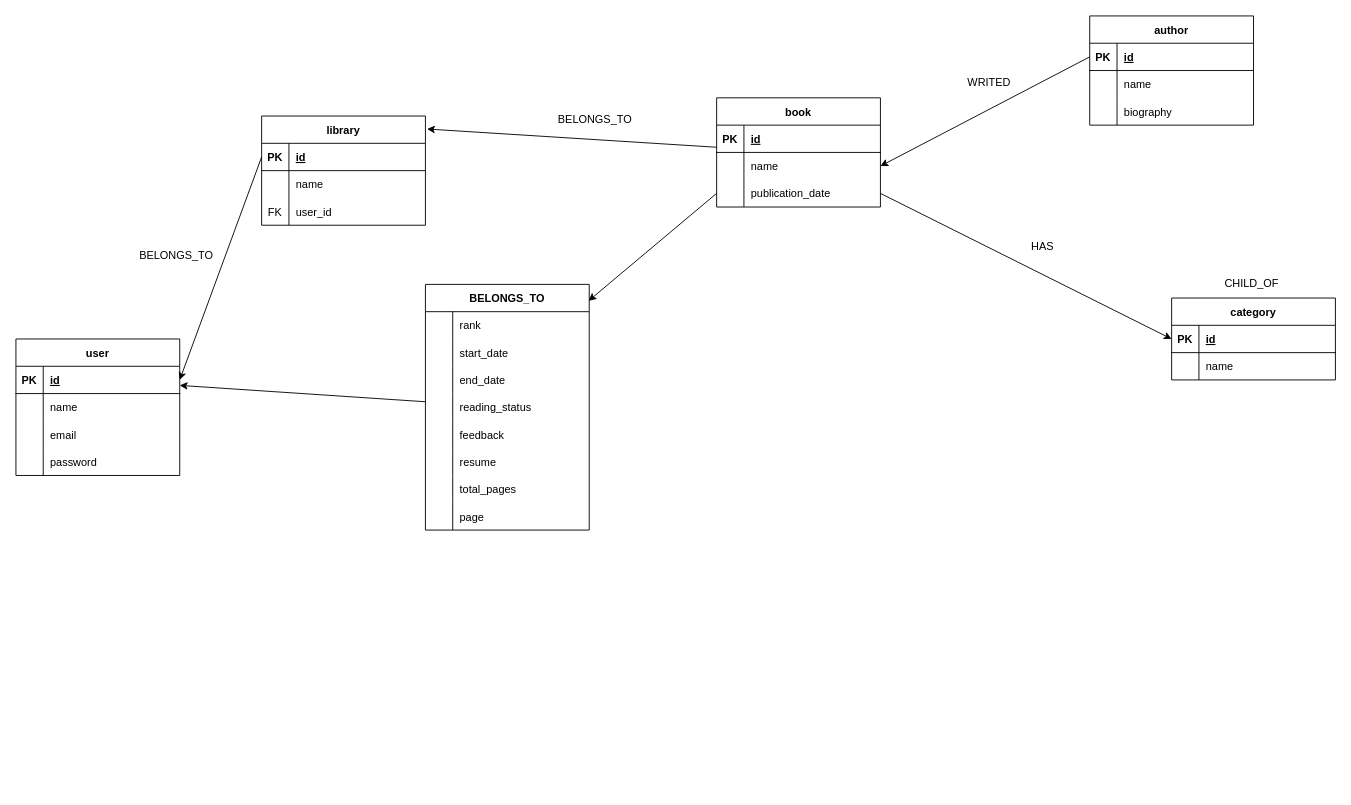
Before: docs/flows/entities.drawio in MarcoLopes389/learning-graphql, a draw.io diagram. Source tidied: cells renumbered, new cells numbered last; positions are measured from the earlier drawing's top-left corner, leaving out a move shared by most shapes. Both pictures are drawn from the tidied source at 91%, with x=0, y=0 at pixel (15, 15).
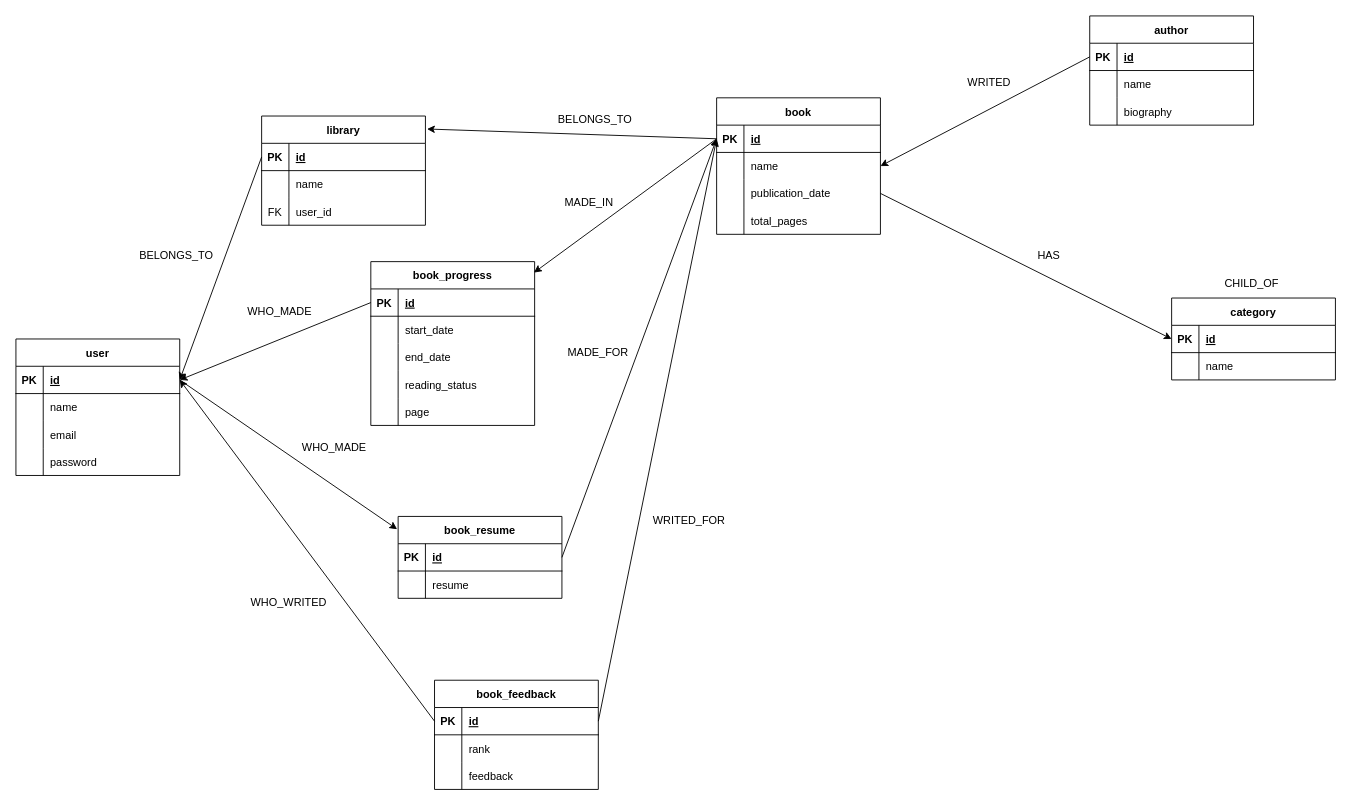
The same page after the edit.

The change refers to these unchanged cells:
```xml
<mxCell id="4" style="shape=tableRow;horizontal=0;startSize=0;swimlaneHead=0;swimlaneBody=0;fillColor=none;points=[[0,0.5],[1,0.5]];portConstraint=eastwest;top=0;left=0;right=0;bottom=1;" parent="3" vertex="1">
  <mxGeometry y="30" width="180" height="30" as="geometry" />
</mxCell>
<mxCell id="10" style="shape=tableRow;horizontal=0;startSize=0;swimlaneHead=0;swimlaneBody=0;fillColor=none;points=[[0,0.5],[1,0.5]];portConstraint=eastwest;top=0;left=0;right=0;bottom=0;" parent="3" vertex="1">
  <mxGeometry y="90" width="180" height="30" as="geometry" />
</mxCell>
<mxCell id="32" style="shape=tableRow;horizontal=0;startSize=0;swimlaneHead=0;swimlaneBody=0;fillColor=none;points=[[0,0.5],[1,0.5]];portConstraint=eastwest;top=0;left=0;right=0;bottom=1;" parent="31" vertex="1">
  <mxGeometry y="30" width="180" height="30" as="geometry" />
</mxCell>
<mxCell id="44" value="library" style="shape=table;startSize=30;childLayout=tableLayout;rowLines=0;fontStyle=1;align=center;" parent="1" vertex="1">
  <mxGeometry x="270" y="110" width="180" height="120" as="geometry" />
</mxCell>
<mxCell id="64" style="shape=tableRow;horizontal=0;startSize=0;swimlaneHead=0;swimlaneBody=0;fillColor=none;points=[[0,0.5],[1,0.5]];portConstraint=eastwest;top=0;left=0;right=0;bottom=0;" parent="54" vertex="1">
  <mxGeometry y="120" width="180" height="30" as="geometry" />
</mxCell>
```

Change to the diagram source:
```diff
@@
-    <mxCell id="2" style="edgeStyle=none;html=1;entryX=1.01;entryY=0.119;entryDx=0;entryDy=0;entryPerimeter=0;" parent="1" edge="1" source="3" target="44">
+    <mxCell id="2" style="edgeStyle=none;html=1;entryX=1.01;entryY=0.119;entryDx=0;entryDy=0;entryPerimeter=0;exitX=0;exitY=0.5;exitDx=0;exitDy=0;" parent="1" edge="1" source="4" target="44">
       <mxGeometry relative="1" as="geometry" />
     </mxCell>
     <mxCell id="3" value="book" style="shape=table;startSize=30;childLayout=tableLayout;rowLines=0;fontStyle=1;align=center;" parent="1" vertex="1">
-      <mxGeometry x="770" y="90" width="180" height="120" as="geometry" />
+      <mxGeometry x="770" y="90" width="180" height="150" as="geometry" />
     </mxCell>
@@
+    <mxCell id="88" style="shape=tableRow;horizontal=0;startSize=0;swimlaneHead=0;swimlaneBody=0;fillColor=none;top=0;left=0;right=0;bottom=0;" parent="3" vertex="1">
+      <mxGeometry y="120" width="180" height="30" as="geometry" />
+    </mxCell>
+    <mxCell id="89" style="shape=partialRectangle;fillColor=none;top=0;left=0;bottom=0;right=0;overflow=hidden;" parent="88" vertex="1">
+      <mxGeometry width="30" height="30" as="geometry" />
+    </mxCell>
+    <mxCell id="75" value="total_pages" style="shape=partialRectangle;fillColor=none;top=0;left=0;bottom=0;right=0;align=left;spacingLeft=6;overflow=hidden;" parent="88" vertex="1">
+      <mxGeometry x="30" width="150" height="30" as="geometry" />
+    </mxCell>
@@
-    <mxCell id="54" value="BELONGS_TO" style="shape=table;startSize=30;childLayout=tableLayout;rowLines=0;fontStyle=1;align=center;" parent="1" vertex="1">
-      <mxGeometry x="450" y="295" width="180" height="270" as="geometry" />
+    <mxCell id="54" value="book_progress" style="shape=table;startSize=30;childLayout=tableLayout;rowLines=0;fontStyle=1;align=center;" parent="1" vertex="1">
+      <mxGeometry x="390" y="270" width="180" height="180" as="geometry" />
     </mxCell>
-    <mxCell id="55" style="shape=tableRow;horizontal=0;startSize=0;swimlaneHead=0;swimlaneBody=0;fillColor=none;top=0;left=0;right=0;bottom=0;" parent="54" vertex="1">
-      <mxGeometry y="30" width="180" height="30" as="geometry" />
-    </mxCell>
-    <mxCell id="56" style="shape=partialRectangle;fillColor=none;top=0;left=0;bottom=0;right=0;overflow=hidden;" parent="55" vertex="1">
-      <mxGeometry width="30" height="30" as="geometry" />
-    </mxCell>
-    <mxCell id="57" value="rank" style="shape=partialRectangle;fillColor=none;top=0;left=0;bottom=0;right=0;align=left;spacingLeft=6;overflow=hidden;" parent="55" vertex="1">
-      <mxGeometry x="30" width="150" height="30" as="geometry" />
-    </mxCell>
+    <mxCell id="90" style="shape=tableRow;horizontal=0;startSize=0;swimlaneHead=0;swimlaneBody=0;fillColor=none;points=[[0,0.5],[1,0.5]];portConstraint=eastwest;top=0;left=0;right=0;bottom=1;" parent="54" vertex="1">
+      <mxGeometry y="30" width="180" height="30" as="geometry" />
+    </mxCell>
+    <mxCell id="91" value="PK" style="shape=partialRectangle;fillColor=none;top=0;left=0;bottom=0;right=0;fontStyle=1;overflow=hidden;" parent="90" vertex="1">
+      <mxGeometry width="30" height="30" as="geometry" />
+    </mxCell>
+    <mxCell id="92" value="id" style="shape=partialRectangle;fillColor=none;top=0;left=0;bottom=0;right=0;align=left;spacingLeft=6;fontStyle=5;overflow=hidden;" parent="90" vertex="1">
+      <mxGeometry x="30" width="150" height="30" as="geometry" />
+    </mxCell>
@@
-    <mxCell id="67" style="shape=tableRow;horizontal=0;startSize=0;swimlaneHead=0;swimlaneBody=0;fillColor=none;top=0;left=0;right=0;bottom=0;" parent="54" vertex="1">
-      <mxGeometry y="150" width="180" height="30" as="geometry" />
-    </mxCell>
-    <mxCell id="68" style="shape=partialRectangle;fillColor=none;top=0;left=0;bottom=0;right=0;overflow=hidden;" parent="67" vertex="1">
-      <mxGeometry width="30" height="30" as="geometry" />
-    </mxCell>
-    <mxCell id="69" value="feedback" style="shape=partialRectangle;fillColor=none;top=0;left=0;bottom=0;right=0;align=left;spacingLeft=6;overflow=hidden;" parent="67" vertex="1">
-      <mxGeometry x="30" width="150" height="30" as="geometry" />
-    </mxCell>
-    <mxCell id="70" style="shape=tableRow;horizontal=0;startSize=0;swimlaneHead=0;swimlaneBody=0;fillColor=none;top=0;left=0;right=0;bottom=0;" parent="54" vertex="1">
-      <mxGeometry y="180" width="180" height="30" as="geometry" />
-    </mxCell>
-    <mxCell id="71" style="shape=partialRectangle;fillColor=none;top=0;left=0;bottom=0;right=0;overflow=hidden;" parent="70" vertex="1">
-      <mxGeometry width="30" height="30" as="geometry" />
-    </mxCell>
-    <mxCell id="72" value="resume" style="shape=partialRectangle;fillColor=none;top=0;left=0;bottom=0;right=0;align=left;spacingLeft=6;overflow=hidden;" parent="70" vertex="1">
-      <mxGeometry x="30" width="150" height="30" as="geometry" />
-    </mxCell>
-    <mxCell id="73" style="shape=tableRow;horizontal=0;startSize=0;swimlaneHead=0;swimlaneBody=0;fillColor=none;top=0;left=0;right=0;bottom=0;" parent="54" vertex="1">
-      <mxGeometry y="210" width="180" height="30" as="geometry" />
-    </mxCell>
-    <mxCell id="74" style="shape=partialRectangle;fillColor=none;top=0;left=0;bottom=0;right=0;overflow=hidden;" parent="73" vertex="1">
-      <mxGeometry width="30" height="30" as="geometry" />
-    </mxCell>
-    <mxCell id="75" value="total_pages" style="shape=partialRectangle;fillColor=none;top=0;left=0;bottom=0;right=0;align=left;spacingLeft=6;overflow=hidden;" parent="73" vertex="1">
-      <mxGeometry x="30" width="150" height="30" as="geometry" />
-    </mxCell>
     <mxCell id="76" style="shape=tableRow;horizontal=0;startSize=0;swimlaneHead=0;swimlaneBody=0;fillColor=none;top=0;left=0;right=0;bottom=0;" parent="54" vertex="1">
-      <mxGeometry y="240" width="180" height="30" as="geometry" />
+      <mxGeometry y="150" width="180" height="30" as="geometry" />
     </mxCell>
@@
-    <mxCell id="80" style="edgeStyle=none;html=1;" parent="1" edge="1" source="64" target="32">
+    <mxCell id="80" style="edgeStyle=none;html=1;exitX=0;exitY=0.5;exitDx=0;exitDy=0;entryX=1;entryY=0.5;entryDx=0;entryDy=0;" parent="1" edge="1" source="90" target="32">
       <mxGeometry relative="1" as="geometry" />
     </mxCell>
-    <mxCell id="81" style="edgeStyle=none;html=1;exitX=0;exitY=0.5;exitDx=0;exitDy=0;entryX=0.996;entryY=0.067;entryDx=0;entryDy=0;entryPerimeter=0;" parent="1" edge="1" source="10" target="54">
+    <mxCell id="81" style="edgeStyle=none;html=1;exitX=0;exitY=0.5;exitDx=0;exitDy=0;entryX=0.996;entryY=0.067;entryDx=0;entryDy=0;entryPerimeter=0;" parent="1" edge="1" source="4" target="54">
       <mxGeometry relative="1" as="geometry" />
     </mxCell>
@@
     <mxCell id="86" value="HAS" style="text;strokeColor=none;fillColor=none;spacingLeft=4;spacingRight=4;overflow=hidden;fontSize=12;" parent="1" vertex="1">
-      <mxGeometry x="1110" y="240" width="40" height="30" as="geometry" />
+      <mxGeometry x="1117" y="250" width="40" height="30" as="geometry" />
     </mxCell>
@@
+    <mxCell id="93" style="edgeStyle=none;html=1;entryX=0;entryY=0.5;entryDx=0;entryDy=0;exitX=1;exitY=0.5;exitDx=0;exitDy=0;" parent="1" edge="1" source="95" target="4">
+      <mxGeometry relative="1" as="geometry" />
+    </mxCell>
+    <mxCell id="94" value="book_resume" style="shape=table;startSize=30;childLayout=tableLayout;rowLines=0;fontStyle=1;align=center;" parent="1" vertex="1">
+      <mxGeometry x="420" y="550" width="180" height="90" as="geometry" />
+    </mxCell>
+    <mxCell id="95" style="shape=tableRow;horizontal=0;startSize=0;swimlaneHead=0;swimlaneBody=0;fillColor=none;points=[[0,0.5],[1,0.5]];portConstraint=eastwest;top=0;left=0;right=0;bottom=1;" parent="94" vertex="1">
+      <mxGeometry y="30" width="180" height="30" as="geometry" />
+    </mxCell>
+    <mxCell id="96" value="PK" style="shape=partialRectangle;fillColor=none;top=0;left=0;bottom=0;right=0;fontStyle=1;overflow=hidden;" parent="95" vertex="1">
+      <mxGeometry width="30" height="30" as="geometry" />
+    </mxCell>
+    <mxCell id="97" value="id" style="shape=partialRectangle;fillColor=none;top=0;left=0;bottom=0;right=0;align=left;spacingLeft=6;fontStyle=5;overflow=hidden;" parent="95" vertex="1">
+      <mxGeometry x="30" width="150" height="30" as="geometry" />
+    </mxCell>
+    <mxCell id="98" style="shape=tableRow;horizontal=0;startSize=0;swimlaneHead=0;swimlaneBody=0;fillColor=none;top=0;left=0;right=0;bottom=0;" parent="94" vertex="1">
+      <mxGeometry y="60" width="180" height="30" as="geometry" />
+    </mxCell>
+    <mxCell id="99" style="shape=partialRectangle;fillColor=none;top=0;left=0;bottom=0;right=0;overflow=hidden;" parent="98" vertex="1">
+      <mxGeometry width="30" height="30" as="geometry" />
+    </mxCell>
+    <mxCell id="72" value="resume" style="shape=partialRectangle;fillColor=none;top=0;left=0;bottom=0;right=0;align=left;spacingLeft=6;overflow=hidden;" parent="98" vertex="1">
+      <mxGeometry x="30" width="150" height="30" as="geometry" />
+    </mxCell>
+    <mxCell id="100" value="book_feedback" style="shape=table;startSize=30;childLayout=tableLayout;rowLines=0;fontStyle=1;align=center;" parent="1" vertex="1">
+      <mxGeometry x="460" y="730" width="180" height="120" as="geometry" />
+    </mxCell>
+    <mxCell id="101" style="shape=tableRow;horizontal=0;startSize=0;swimlaneHead=0;swimlaneBody=0;fillColor=none;points=[[0,0.5],[1,0.5]];portConstraint=eastwest;top=0;left=0;right=0;bottom=1;" parent="100" vertex="1">
+      <mxGeometry y="30" width="180" height="30" as="geometry" />
+    </mxCell>
+    <mxCell id="102" value="PK" style="shape=partialRectangle;fillColor=none;top=0;left=0;bottom=0;right=0;fontStyle=1;overflow=hidden;" parent="101" vertex="1">
+      <mxGeometry width="30" height="30" as="geometry" />
+    </mxCell>
+    <mxCell id="103" value="id" style="shape=partialRectangle;fillColor=none;top=0;left=0;bottom=0;right=0;align=left;spacingLeft=6;fontStyle=5;overflow=hidden;" parent="101" vertex="1">
+      <mxGeometry x="30" width="150" height="30" as="geometry" />
+    </mxCell>
+    <mxCell id="104" style="shape=tableRow;horizontal=0;startSize=0;swimlaneHead=0;swimlaneBody=0;fillColor=none;top=0;left=0;right=0;bottom=0;" parent="100" vertex="1">
+      <mxGeometry y="60" width="180" height="30" as="geometry" />
+    </mxCell>
+    <mxCell id="105" style="shape=partialRectangle;fillColor=none;top=0;left=0;bottom=0;right=0;overflow=hidden;" parent="104" vertex="1">
+      <mxGeometry width="30" height="30" as="geometry" />
+    </mxCell>
+    <mxCell id="57" value="rank" style="shape=partialRectangle;fillColor=none;top=0;left=0;bottom=0;right=0;align=left;spacingLeft=6;overflow=hidden;" parent="104" vertex="1">
+      <mxGeometry x="30" width="150" height="30" as="geometry" />
+    </mxCell>
+    <mxCell id="106" style="shape=tableRow;horizontal=0;startSize=0;swimlaneHead=0;swimlaneBody=0;fillColor=none;top=0;left=0;right=0;bottom=0;" parent="100" vertex="1">
+      <mxGeometry y="90" width="180" height="30" as="geometry" />
+    </mxCell>
+    <mxCell id="107" style="shape=partialRectangle;fillColor=none;top=0;left=0;bottom=0;right=0;overflow=hidden;" parent="106" vertex="1">
+      <mxGeometry width="30" height="30" as="geometry" />
+    </mxCell>
+    <mxCell id="69" value="feedback" style="shape=partialRectangle;fillColor=none;top=0;left=0;bottom=0;right=0;align=left;spacingLeft=6;overflow=hidden;" parent="106" vertex="1">
+      <mxGeometry x="30" width="150" height="30" as="geometry" />
+    </mxCell>
+    <mxCell id="108" style="edgeStyle=none;html=1;exitX=1;exitY=0.5;exitDx=0;exitDy=0;entryX=-0.006;entryY=0.156;entryDx=0;entryDy=0;entryPerimeter=0;" parent="1" edge="1" source="32" target="94">
+      <mxGeometry relative="1" as="geometry" />
+    </mxCell>
+    <mxCell id="109" value="WHO_MADE" style="text;html=1;strokeColor=none;fillColor=none;align=center;verticalAlign=middle;whiteSpace=wrap;rounded=0;" parent="1" vertex="1">
+      <mxGeometry x="320" y="460" width="60" height="30" as="geometry" />
+    </mxCell>
+    <mxCell id="110" value="MADE_FOR" style="text;html=1;strokeColor=none;fillColor=none;align=center;verticalAlign=middle;whiteSpace=wrap;rounded=0;" parent="1" vertex="1">
+      <mxGeometry x="610" y="355" width="60" height="30" as="geometry" />
+    </mxCell>
+    <mxCell id="111" value="WHO_MADE" style="text;html=1;strokeColor=none;fillColor=none;align=center;verticalAlign=middle;whiteSpace=wrap;rounded=0;" parent="1" vertex="1">
+      <mxGeometry x="260" y="310" width="60" height="30" as="geometry" />
+    </mxCell>
+    <mxCell id="112" value="MADE_IN" style="text;html=1;strokeColor=none;fillColor=none;align=center;verticalAlign=middle;whiteSpace=wrap;rounded=0;" parent="1" vertex="1">
+      <mxGeometry x="600" y="190" width="60" height="30" as="geometry" />
+    </mxCell>
+    <mxCell id="113" style="edgeStyle=none;html=1;exitX=0;exitY=0.5;exitDx=0;exitDy=0;entryX=1;entryY=0.5;entryDx=0;entryDy=0;" parent="1" edge="1" source="101" target="32">
+      <mxGeometry relative="1" as="geometry" />
+    </mxCell>
+    <mxCell id="114" style="edgeStyle=none;html=1;exitX=1;exitY=0.5;exitDx=0;exitDy=0;entryX=0;entryY=0.5;entryDx=0;entryDy=0;" parent="1" edge="1" source="101" target="4">
+      <mxGeometry relative="1" as="geometry" />
+    </mxCell>
+    <mxCell id="115" value="WHO_WRITED" style="text;html=1;strokeColor=none;fillColor=none;align=center;verticalAlign=middle;whiteSpace=wrap;rounded=0;" parent="1" vertex="1">
+      <mxGeometry x="270" y="630" width="60" height="30" as="geometry" />
+    </mxCell>
+    <mxCell id="116" value="WRITED_FOR" style="text;html=1;strokeColor=none;fillColor=none;align=center;verticalAlign=middle;whiteSpace=wrap;rounded=0;" parent="1" vertex="1">
+      <mxGeometry x="710" y="540" width="60" height="30" as="geometry" />
+    </mxCell>
```
